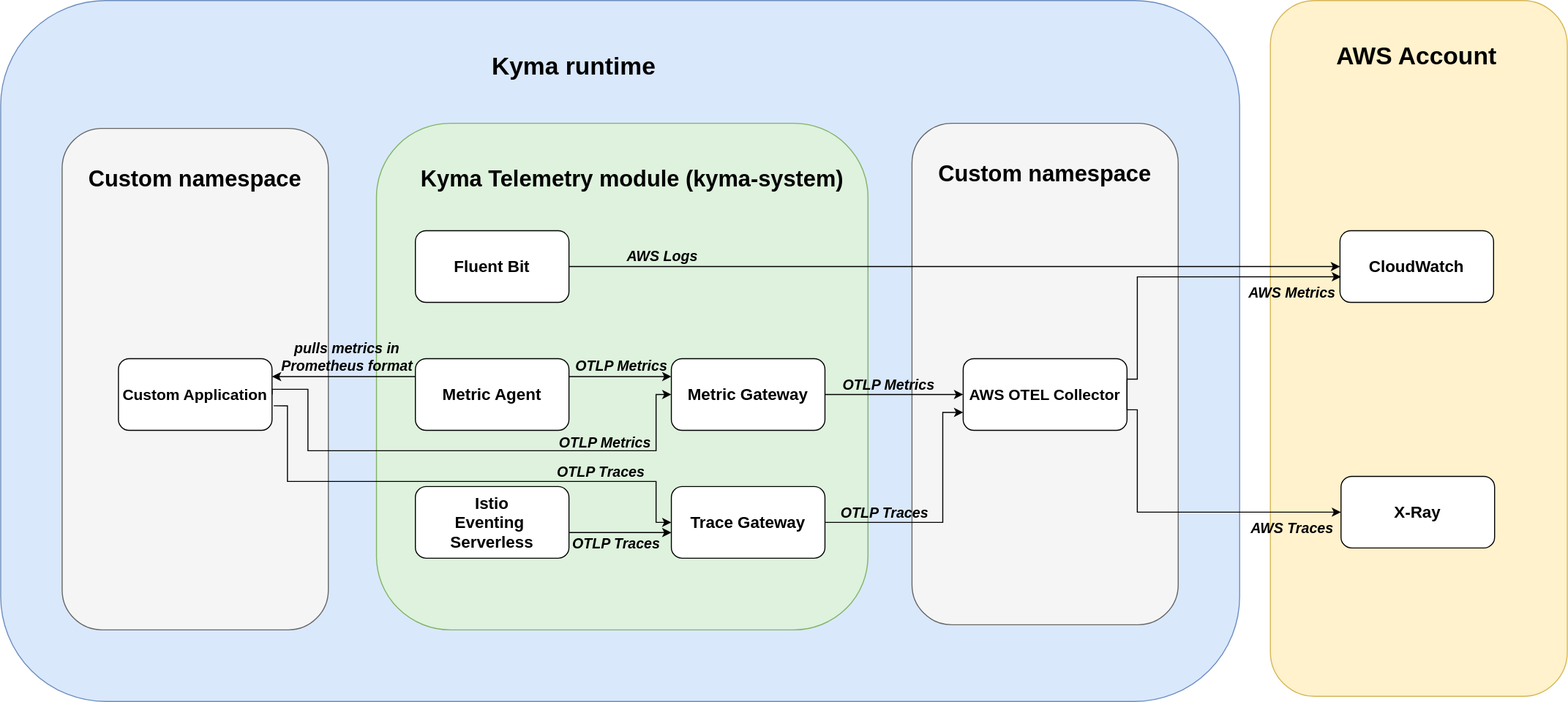
Before: docs/user/integration/assets/cloudwatch.drawio.svg, a diagram exported from draw.io (kyma-project/telemetry-manager). Source tidied: cells renumbered, new cells last; positions are measured from the earlier drawing's top-left corner, leaving out a move shared by most shapes. Its diagram source:
```xml
<mxGraphModel>
  <root>
    <mxCell id="0" />
    <mxCell id="1" parent="0" />
    <mxCell id="2" style="rounded=1;whiteSpace=wrap;html=1;fillColor=#dae8fc;strokeColor=#6c8ebf;" parent="1" vertex="1">
      <mxGeometry width="1210" height="685" as="geometry" />
    </mxCell>
    <mxCell id="3" style="rounded=1;whiteSpace=wrap;html=1;fillColor=#f5f5f5;fontColor=#333333;strokeColor=#666666;" parent="1" vertex="1">
      <mxGeometry x="890" y="120" width="260" height="490" as="geometry" />
    </mxCell>
    <mxCell id="4" value="Custom namespace" style="text;html=1;strokeColor=none;fillColor=none;align=center;verticalAlign=middle;whiteSpace=wrap;rounded=0;fontStyle=1;fontSize=22;" parent="1" vertex="1">
      <mxGeometry x="900" y="155" width="240" height="30" as="geometry" />
    </mxCell>
    <mxCell id="5" style="rounded=1;whiteSpace=wrap;html=1;fillColor=#f5f5f5;fontColor=#333333;strokeColor=#666666;" parent="1" vertex="1">
      <mxGeometry x="60" y="125" width="260" height="490" as="geometry" />
    </mxCell>
    <mxCell id="6" style="rounded=1;whiteSpace=wrap;html=1;fillColor=#DEF2DD;strokeColor=#82b366;" parent="1" vertex="1">
      <mxGeometry x="367" y="120" width="480" height="495" as="geometry" />
    </mxCell>
    <mxCell id="7" style="edgeStyle=orthogonalEdgeStyle;rounded=0;jettySize=auto;html=1;entryX=1;entryY=0.25;entryDx=0;entryDy=0;" parent="1" edge="1" source="9" target="23">
      <mxGeometry relative="1" as="geometry">
        <Array as="points">
          <mxPoint x="335" y="368" />
        </Array>
      </mxGeometry>
    </mxCell>
    <mxCell id="8" value="&lt;font style=&quot;font-size: 14px;&quot;&gt;pulls metrics in&lt;br&gt;&amp;nbsp;Prometheus format&amp;nbsp;&lt;/font&gt;" style="edgeLabel;html=1;align=center;verticalAlign=middle;labelBackgroundColor=none;fontStyle=3;" parent="7" vertex="1">
      <mxGeometry x="-0.17" relative="1" as="geometry">
        <mxPoint x="-10" y="-20" as="offset" />
      </mxGeometry>
    </mxCell>
    <mxCell id="9" value="Metric Agent" style="rounded=1;whiteSpace=wrap;html=1;fontSize=16;fontStyle=1;" parent="1" vertex="1">
      <mxGeometry x="405" y="350" width="150" height="70" as="geometry" />
    </mxCell>
    <mxCell id="10" style="edgeStyle=orthogonalEdgeStyle;rounded=0;jettySize=auto;html=1;" parent="1" edge="1" source="11" target="12">
      <mxGeometry relative="1" as="geometry">
        <Array as="points">
          <mxPoint x="600" y="520" />
          <mxPoint x="600" y="520" />
        </Array>
      </mxGeometry>
    </mxCell>
    <mxCell id="11" value="Istio&lt;br&gt;Eventing&amp;nbsp;&lt;br&gt;Serverless" style="rounded=1;whiteSpace=wrap;html=1;fontSize=16;fontStyle=1;" parent="1" vertex="1">
      <mxGeometry x="405" y="475" width="150" height="70" as="geometry" />
    </mxCell>
    <mxCell id="12" value="Trace Gateway" style="rounded=1;whiteSpace=wrap;html=1;fontSize=16;fontStyle=1;" parent="1" vertex="1">
      <mxGeometry x="655" y="475" width="150" height="70" as="geometry" />
    </mxCell>
    <mxCell id="13" style="rounded=1;whiteSpace=wrap;html=1;fillColor=#fff2cc;strokeColor=#d6b656;" parent="1" vertex="1">
      <mxGeometry x="1240" width="290" height="680" as="geometry" />
    </mxCell>
    <mxCell id="14" value="AWS Account" style="text;html=1;strokeColor=none;fillColor=none;align=center;verticalAlign=middle;whiteSpace=wrap;rounded=0;fontStyle=1;fontSize=24;" parent="1" vertex="1">
      <mxGeometry x="1298" y="40" width="170" height="30" as="geometry" />
    </mxCell>
    <mxCell id="15" value="Kyma runtime" style="text;html=1;strokeColor=none;fillColor=none;align=center;verticalAlign=middle;whiteSpace=wrap;rounded=0;fontStyle=1;fontSize=24;" parent="1" vertex="1">
      <mxGeometry x="475" y="50" width="170" height="30" as="geometry" />
    </mxCell>
    <mxCell id="16" value="Custom namespace" style="text;html=1;strokeColor=none;fillColor=none;align=center;verticalAlign=middle;whiteSpace=wrap;rounded=0;fontStyle=1;fontSize=22;" parent="1" vertex="1">
      <mxGeometry x="70" y="160" width="240" height="30" as="geometry" />
    </mxCell>
    <mxCell id="17" value="Kyma Telemetry module (kyma-system)" style="text;html=1;strokeColor=none;fillColor=none;align=center;verticalAlign=middle;whiteSpace=wrap;rounded=0;fontStyle=1;fontSize=22;" parent="1" vertex="1">
      <mxGeometry x="387" y="160" width="460" height="30" as="geometry" />
    </mxCell>
    <mxCell id="18" value="Metric Gateway" style="rounded=1;whiteSpace=wrap;html=1;fontSize=16;fontStyle=1;" parent="1" vertex="1">
      <mxGeometry x="655" y="350" width="150" height="70" as="geometry" />
    </mxCell>
    <mxCell id="19" value="Fluent Bit" style="rounded=1;whiteSpace=wrap;html=1;fontSize=16;fontStyle=1;" parent="1" vertex="1">
      <mxGeometry x="405" y="225" width="150" height="70" as="geometry" />
    </mxCell>
    <mxCell id="20" value="AWS OTEL Collector" style="rounded=1;whiteSpace=wrap;html=1;fontSize=15;fontStyle=1;" parent="1" vertex="1">
      <mxGeometry x="940" y="350" width="160" height="70" as="geometry" />
    </mxCell>
    <mxCell id="21" value="CloudWatch" style="rounded=1;whiteSpace=wrap;html=1;fontSize=16;fontStyle=1;" parent="1" vertex="1">
      <mxGeometry x="1308" y="225" width="150" height="70" as="geometry" />
    </mxCell>
    <mxCell id="22" value="X-Ray" style="rounded=1;whiteSpace=wrap;html=1;fontSize=16;fontStyle=1;" parent="1" vertex="1">
      <mxGeometry x="1309" y="465" width="150" height="70" as="geometry" />
    </mxCell>
    <mxCell id="23" value="Custom Application" style="rounded=1;whiteSpace=wrap;html=1;fontSize=15;fontStyle=1;" parent="1" vertex="1">
      <mxGeometry x="115" y="350" width="150" height="70" as="geometry" />
    </mxCell>
    <mxCell id="24" style="endArrow=classic;html=1;rounded=0;exitX=1;exitY=0.5;exitDx=0;exitDy=0;entryX=0;entryY=0.5;entryDx=0;entryDy=0;edgeStyle=orthogonalEdgeStyle;" parent="1" edge="1" source="23" target="18">
      <mxGeometry relative="1" as="geometry">
        <Array as="points">
          <mxPoint x="265" y="380" />
          <mxPoint x="300" y="380" />
          <mxPoint x="300" y="440" />
          <mxPoint x="640" y="440" />
          <mxPoint x="640" y="385" />
        </Array>
      </mxGeometry>
    </mxCell>
    <mxCell id="25" value="OTLP Metrics" style="edgeLabel;html=1;align=center;verticalAlign=middle;labelBackgroundColor=none;fontStyle=3;fontSize=14;" parent="24" vertex="1">
      <mxGeometry x="-0.19" y="3" relative="1" as="geometry">
        <mxPoint x="184" y="-6" as="offset" />
      </mxGeometry>
    </mxCell>
    <mxCell id="26" style="endArrow=classic;html=1;rounded=0;entryX=0;entryY=0.5;entryDx=0;entryDy=0;edgeStyle=orthogonalEdgeStyle;exitX=1.011;exitY=0.657;exitDx=0;exitDy=0;exitPerimeter=0;" parent="1" edge="1" source="23" target="12">
      <mxGeometry relative="1" as="geometry">
        <Array as="points">
          <mxPoint x="280" y="396" />
          <mxPoint x="280" y="470" />
          <mxPoint x="640" y="470" />
          <mxPoint x="640" y="510" />
        </Array>
      </mxGeometry>
    </mxCell>
    <mxCell id="27" value="&lt;b style=&quot;font-size: 14px;&quot;&gt;&lt;i style=&quot;font-size: 14px;&quot;&gt;OTLP Traces&lt;/i&gt;&lt;/b&gt;" style="edgeLabel;html=1;align=center;verticalAlign=middle;fontSize=14;labelBackgroundColor=none;" parent="26" vertex="1">
      <mxGeometry x="-0.07" y="1" relative="1" as="geometry">
        <mxPoint x="159" y="-9" as="offset" />
      </mxGeometry>
    </mxCell>
    <mxCell id="28" style="endArrow=classic;html=1;rounded=0;exitX=1;exitY=0.5;exitDx=0;exitDy=0;entryX=0;entryY=0.5;entryDx=0;entryDy=0;" parent="1" edge="1" source="19" target="21">
      <mxGeometry relative="1" as="geometry" />
    </mxCell>
    <mxCell id="29" value="&lt;b&gt;&lt;i&gt;&lt;font style=&quot;font-size: 14px;&quot;&gt;AWS Logs&lt;/font&gt;&lt;/i&gt;&lt;/b&gt;" style="edgeLabel;html=1;align=center;verticalAlign=middle;labelBackgroundColor=none;" parent="28" vertex="1">
      <mxGeometry x="0.23" relative="1" as="geometry">
        <mxPoint x="-371" y="-11" as="offset" />
      </mxGeometry>
    </mxCell>
    <mxCell id="30" style="endArrow=classic;html=1;rounded=0;entryX=0;entryY=0.5;entryDx=0;entryDy=0;exitX=1;exitY=0.5;exitDx=0;exitDy=0;edgeStyle=orthogonalEdgeStyle;" parent="1" edge="1" source="20" target="22">
      <mxGeometry relative="1" as="geometry">
        <Array as="points">
          <mxPoint x="1100" y="400" />
          <mxPoint x="1110" y="400" />
          <mxPoint x="1110" y="500" />
        </Array>
      </mxGeometry>
    </mxCell>
    <mxCell id="31" value="AWS Traces" style="edgeLabel;html=1;align=center;verticalAlign=middle;labelBackgroundColor=none;fontStyle=3;fontSize=14;" parent="30" vertex="1">
      <mxGeometry x="-0.1" y="-3" relative="1" as="geometry">
        <mxPoint x="131" y="12" as="offset" />
      </mxGeometry>
    </mxCell>
    <mxCell id="32" style="endArrow=classic;html=1;rounded=0;exitX=1;exitY=0.5;exitDx=0;exitDy=0;entryX=0;entryY=0.5;entryDx=0;entryDy=0;fontSize=14;fontStyle=3;labelBackgroundColor=none;" parent="1" edge="1" source="18" target="20">
      <mxGeometry relative="1" as="geometry" />
    </mxCell>
    <mxCell id="33" value="OTLP Metrics" style="edgeLabel;html=1;align=center;verticalAlign=middle;fontStyle=3;labelBackgroundColor=none;fontSize=14;" parent="32" vertex="1">
      <mxGeometry x="0.36" y="-2" relative="1" as="geometry">
        <mxPoint x="-30" y="-12" as="offset" />
      </mxGeometry>
    </mxCell>
    <mxCell id="34" style="endArrow=classic;html=1;rounded=0;exitX=1;exitY=0.5;exitDx=0;exitDy=0;entryX=0;entryY=0.75;entryDx=0;entryDy=0;fontStyle=1;edgeStyle=orthogonalEdgeStyle;" parent="1" edge="1" source="12" target="20">
      <mxGeometry relative="1" as="geometry">
        <Array as="points">
          <mxPoint x="920" y="510" />
          <mxPoint x="920" y="403" />
        </Array>
      </mxGeometry>
    </mxCell>
    <mxCell id="35" value="OTLP Traces" style="edgeLabel;html=1;align=center;verticalAlign=middle;labelBackgroundColor=none;fontStyle=3;fontSize=14;" parent="34" vertex="1">
      <mxGeometry x="0.29" relative="1" as="geometry">
        <mxPoint x="-58" y="32" as="offset" />
      </mxGeometry>
    </mxCell>
    <mxCell id="36" style="endArrow=classic;html=1;rounded=0;exitX=1;exitY=0.25;exitDx=0;exitDy=0;entryX=0;entryY=0.25;entryDx=0;entryDy=0;" parent="1" edge="1" source="9" target="18">
      <mxGeometry relative="1" as="geometry" />
    </mxCell>
    <mxCell id="37" value="OTLP Metrics" style="edgeLabel;html=1;align=center;verticalAlign=middle;labelBackgroundColor=none;fontSize=14;fontStyle=3;" parent="36" vertex="1">
      <mxGeometry x="-0.45" y="2" relative="1" as="geometry">
        <mxPoint x="23" y="-9" as="offset" />
      </mxGeometry>
    </mxCell>
    <mxCell id="38" value="&lt;b style=&quot;font-size: 14px;&quot;&gt;&lt;i style=&quot;font-size: 14px;&quot;&gt;OTLP Traces&lt;/i&gt;&lt;/b&gt;" style="edgeLabel;html=1;align=center;verticalAlign=middle;fontSize=14;labelBackgroundColor=none;" parent="1" vertex="1">
      <mxGeometry x="608" y="489" as="geometry">
        <mxPoint x="-8" y="41" as="offset" />
      </mxGeometry>
    </mxCell>
    <mxCell id="39" style="endArrow=classic;html=1;rounded=0;entryX=0;entryY=0.5;entryDx=0;entryDy=0;exitX=1;exitY=0.5;exitDx=0;exitDy=0;edgeStyle=orthogonalEdgeStyle;" parent="1" edge="1">
      <mxGeometry relative="1" as="geometry">
        <mxPoint x="1100" y="385" as="sourcePoint" />
        <mxPoint x="1309" y="270" as="targetPoint" />
        <Array as="points">
          <mxPoint x="1100" y="370" />
          <mxPoint x="1110" y="370" />
          <mxPoint x="1110" y="270" />
        </Array>
      </mxGeometry>
    </mxCell>
    <mxCell id="40" value="AWS Metrics" style="edgeLabel;html=1;align=center;verticalAlign=middle;labelBackgroundColor=none;fontStyle=3;fontSize=14;" parent="39" vertex="1">
      <mxGeometry x="-0.1" y="-3" relative="1" as="geometry">
        <mxPoint x="131" y="12" as="offset" />
      </mxGeometry>
    </mxCell>
  </root>
</mxGraphModel>
```
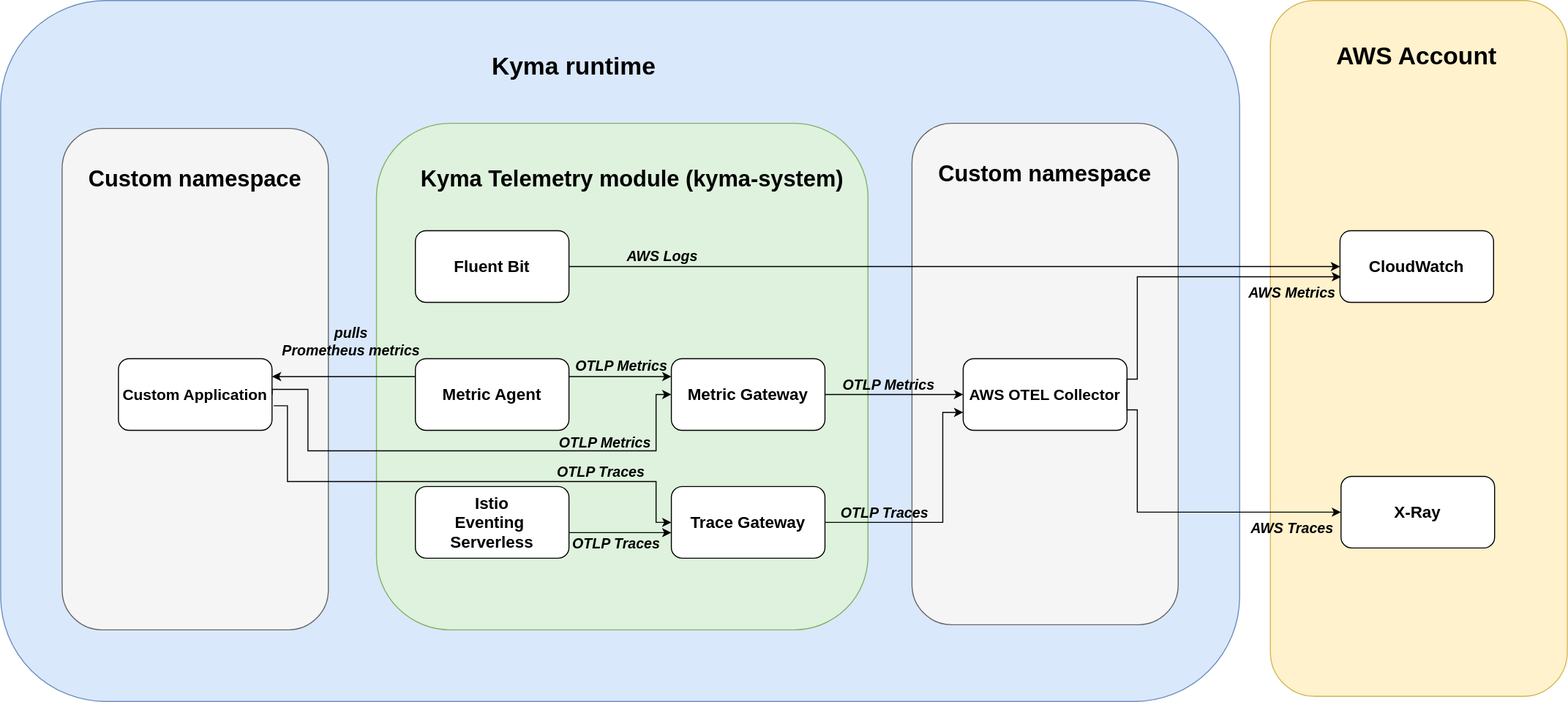
After the commit.

Commit message:
simplify diagram label

The edit, as a diff of the source:
```diff
@@ -24,9 +24,9 @@
         </Array>
       </mxGeometry>
     </mxCell>
-    <mxCell id="8" value="&lt;font style=&quot;font-size: 14px;&quot;&gt;pulls metrics in&lt;br&gt;&amp;nbsp;Prometheus format&amp;nbsp;&lt;/font&gt;" style="edgeLabel;html=1;align=center;verticalAlign=middle;labelBackgroundColor=none;fontStyle=3;" parent="7" vertex="1">
+    <mxCell id="8" value="&lt;font style=&quot;font-size: 14px;&quot;&gt;pulls&lt;br&gt;&amp;nbsp;Prometheus metrics&amp;nbsp;&lt;/font&gt;" style="edgeLabel;html=1;align=center;verticalAlign=middle;labelBackgroundColor=none;fontStyle=3;" parent="7" vertex="1">
       <mxGeometry x="-0.17" relative="1" as="geometry">
-        <mxPoint x="-10" y="-20" as="offset" />
+        <mxPoint x="-6" y="-35" as="offset" />
       </mxGeometry>
     </mxCell>
     <mxCell id="9" value="Metric Agent" style="rounded=1;whiteSpace=wrap;html=1;fontSize=16;fontStyle=1;" parent="1" vertex="1">
```
